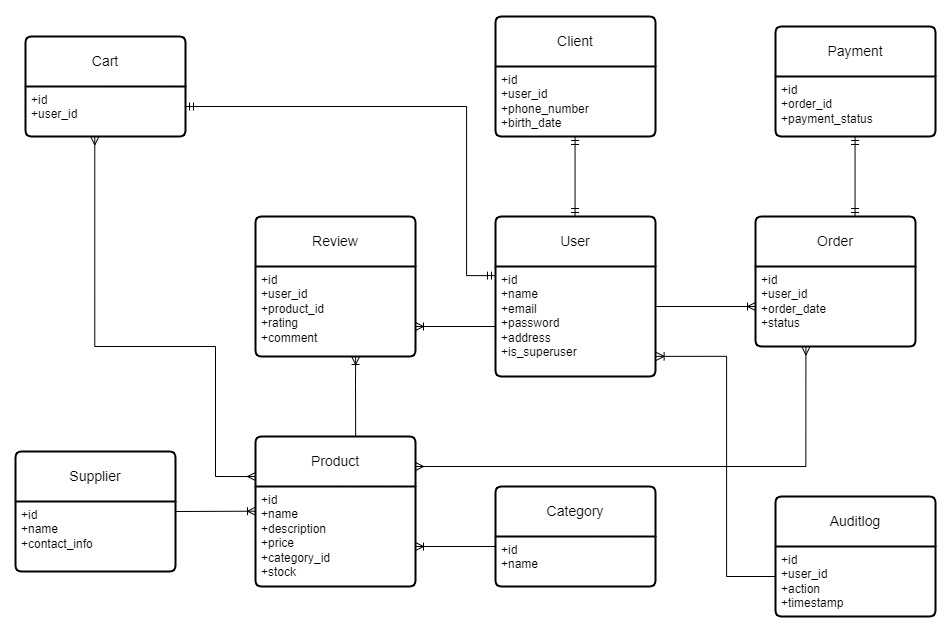
This is lab1/diagram.png from yanakvachenyuk/mdisubd, a draw.io export, as it was before one commit. Source tidied: cells renumbered, new cells last; positions are measured from the earlier drawing's top-left corner, leaving out a move shared by most shapes. Its diagram source:
```xml
<mxGraphModel>
  <root>
    <mxCell id="0" />
    <mxCell id="1" parent="0" />
    <mxCell id="2" value="Product" style="swimlane;horizontal=1;startSize=50;rounded=1;fontSize=14;fontStyle=0;strokeWidth=2;shadow=0;dashed=0;align=center;arcSize=4;whiteSpace=wrap;html=1;" parent="1" vertex="1">
      <mxGeometry x="240" y="420" width="160" height="150" as="geometry" />
    </mxCell>
    <mxCell id="3" value="+id&lt;br&gt;+name&lt;br&gt;+description&lt;div&gt;+price&lt;/div&gt;&lt;div&gt;+category_id&lt;/div&gt;&lt;div&gt;+stock&lt;/div&gt;" style="align=left;strokeColor=none;fillColor=none;spacingLeft=4;fontSize=12;verticalAlign=top;html=1;" parent="2" vertex="1">
      <mxGeometry y="50" width="160" height="100" as="geometry" />
    </mxCell>
    <mxCell id="4" value="User" style="swimlane;horizontal=1;startSize=50;rounded=1;fontSize=14;fontStyle=0;strokeWidth=2;shadow=0;dashed=0;align=center;arcSize=4;whiteSpace=wrap;html=1;" parent="1" vertex="1">
      <mxGeometry x="480" y="200" width="160" height="160" as="geometry" />
    </mxCell>
    <mxCell id="5" value="+id&lt;br&gt;+name&lt;br&gt;+email&lt;div&gt;+password&lt;/div&gt;&lt;div&gt;+address&lt;/div&gt;&lt;div&gt;+is_superuser&lt;/div&gt;&lt;div&gt;&lt;br&gt;&lt;/div&gt;&lt;div&gt;&lt;br&gt;&lt;/div&gt;" style="align=left;strokeColor=none;fillColor=none;spacingLeft=4;fontSize=12;verticalAlign=top;html=1;" parent="4" vertex="1">
      <mxGeometry y="50" width="160" height="110" as="geometry" />
    </mxCell>
    <mxCell id="6" value="Client" style="swimlane;horizontal=1;startSize=50;rounded=1;fontSize=14;fontStyle=0;strokeWidth=2;shadow=0;dashed=0;align=center;arcSize=4;whiteSpace=wrap;html=1;" parent="1" vertex="1">
      <mxGeometry x="480" width="160" height="120" as="geometry" />
    </mxCell>
    <mxCell id="7" value="+id&lt;div&gt;+user_id&lt;br&gt;+phone_number&lt;br&gt;+birth_date&lt;/div&gt;" style="align=left;strokeColor=none;fillColor=none;spacingLeft=4;fontSize=12;verticalAlign=top;html=1;" parent="6" vertex="1">
      <mxGeometry y="50" width="160" height="70" as="geometry" />
    </mxCell>
    <mxCell id="8" value="Category" style="swimlane;horizontal=1;startSize=50;rounded=1;fontSize=14;fontStyle=0;strokeWidth=2;shadow=0;dashed=0;align=center;arcSize=4;whiteSpace=wrap;html=1;" parent="1" vertex="1">
      <mxGeometry x="480" y="470" width="160" height="100" as="geometry" />
    </mxCell>
    <mxCell id="9" value="+id&lt;br&gt;+name&lt;div&gt;&lt;br/&gt;&lt;/div&gt;" style="align=left;strokeColor=none;fillColor=none;spacingLeft=4;fontSize=12;verticalAlign=top;html=1;" parent="8" vertex="1">
      <mxGeometry y="50" width="160" height="50" as="geometry" />
    </mxCell>
    <mxCell id="10" value="Order" style="swimlane;horizontal=1;startSize=50;rounded=1;fontSize=14;fontStyle=0;strokeWidth=2;shadow=0;dashed=0;align=center;arcSize=4;whiteSpace=wrap;html=1;" parent="1" vertex="1">
      <mxGeometry x="740" y="200" width="160" height="130" as="geometry" />
    </mxCell>
    <mxCell id="11" value="+id&lt;br&gt;+user_id&lt;br&gt;+order_date&lt;div&gt;+status&lt;/div&gt;" style="align=left;strokeColor=none;fillColor=none;spacingLeft=4;fontSize=12;verticalAlign=top;html=1;" parent="10" vertex="1">
      <mxGeometry y="50" width="160" height="80" as="geometry" />
    </mxCell>
    <mxCell id="12" value="Cart" style="swimlane;horizontal=1;startSize=50;rounded=1;fontSize=14;fontStyle=0;strokeWidth=2;shadow=0;dashed=0;align=center;arcSize=4;whiteSpace=wrap;html=1;" parent="1" vertex="1">
      <mxGeometry x="10" y="20" width="160" height="100" as="geometry" />
    </mxCell>
    <mxCell id="13" value="+id&lt;br&gt;+user_id" style="align=left;strokeColor=none;fillColor=none;spacingLeft=4;fontSize=12;verticalAlign=top;html=1;" parent="12" vertex="1">
      <mxGeometry y="50" width="160" height="50" as="geometry" />
    </mxCell>
    <mxCell id="14" value="Review" style="swimlane;horizontal=1;startSize=50;rounded=1;fontSize=14;fontStyle=0;strokeWidth=2;shadow=0;dashed=0;align=center;arcSize=4;whiteSpace=wrap;html=1;" parent="1" vertex="1">
      <mxGeometry x="240" y="200" width="160" height="140" as="geometry" />
    </mxCell>
    <mxCell id="15" value="+id&lt;br&gt;+user_id&lt;br&gt;+product_id&lt;div&gt;+rating&lt;/div&gt;&lt;div&gt;+comment&lt;/div&gt;" style="align=left;strokeColor=none;fillColor=none;spacingLeft=4;fontSize=12;verticalAlign=top;html=1;" parent="14" vertex="1">
      <mxGeometry y="50" width="160" height="90" as="geometry" />
    </mxCell>
    <mxCell id="16" value="Supplier" style="swimlane;horizontal=1;startSize=50;rounded=1;fontSize=14;fontStyle=0;strokeWidth=2;shadow=0;dashed=0;align=center;arcSize=4;whiteSpace=wrap;html=1;" parent="1" vertex="1">
      <mxGeometry y="435" width="160" height="120" as="geometry" />
    </mxCell>
    <mxCell id="17" value="+id&lt;br&gt;+name&lt;br&gt;+contact_info" style="align=left;strokeColor=none;fillColor=none;spacingLeft=4;fontSize=12;verticalAlign=top;html=1;" parent="16" vertex="1">
      <mxGeometry y="50" width="160" height="70" as="geometry" />
    </mxCell>
    <mxCell id="18" value="Auditlog" style="swimlane;horizontal=1;startSize=50;rounded=1;fontSize=14;fontStyle=0;strokeWidth=2;shadow=0;dashed=0;align=center;arcSize=4;whiteSpace=wrap;html=1;" parent="1" vertex="1">
      <mxGeometry x="760" y="480" width="160" height="120" as="geometry" />
    </mxCell>
    <mxCell id="19" value="+id&lt;br&gt;+user_id&lt;br&gt;+action&lt;div&gt;+timestamp&lt;/div&gt;" style="align=left;strokeColor=none;fillColor=none;spacingLeft=4;fontSize=12;verticalAlign=top;html=1;" parent="18" vertex="1">
      <mxGeometry y="50" width="160" height="70" as="geometry" />
    </mxCell>
    <mxCell id="20" value="Payment" style="swimlane;horizontal=1;startSize=50;rounded=1;fontSize=14;fontStyle=0;strokeWidth=2;shadow=0;dashed=0;align=center;arcSize=4;whiteSpace=wrap;html=1;" parent="1" vertex="1">
      <mxGeometry x="760" y="10" width="160" height="110" as="geometry" />
    </mxCell>
    <mxCell id="21" value="+id&lt;br&gt;+order_id&lt;br&gt;+payment_status" style="align=left;strokeColor=none;fillColor=none;spacingLeft=4;fontSize=12;verticalAlign=top;html=1;" parent="20" vertex="1">
      <mxGeometry y="50" width="160" height="60" as="geometry" />
    </mxCell>
    <mxCell id="22" style="fontSize=12;html=1;endArrow=ERoneToMany;rounded=0;" parent="1" edge="1">
      <mxGeometry relative="1" as="geometry">
        <mxPoint x="640" y="290" as="sourcePoint" />
        <mxPoint x="740" y="290" as="targetPoint" />
      </mxGeometry>
    </mxCell>
    <mxCell id="23" style="fontSize=12;html=1;endArrow=ERoneToMany;rounded=0;" parent="1" edge="1">
      <mxGeometry relative="1" as="geometry">
        <mxPoint x="480" y="310" as="sourcePoint" />
        <mxPoint x="400" y="310" as="targetPoint" />
      </mxGeometry>
    </mxCell>
    <mxCell id="24" style="fontSize=12;html=1;endArrow=ERoneToMany;rounded=0;entryX=0.626;entryY=1.026;entryDx=0;entryDy=0;entryPerimeter=0;exitX=0.626;exitY=0;exitDx=0;exitDy=0;exitPerimeter=0;" parent="1" edge="1" source="2">
      <mxGeometry relative="1" as="geometry">
        <mxPoint x="340.2" y="340" as="targetPoint" />
        <Array as="points">
          <mxPoint x="340" y="367.7" />
        </Array>
      </mxGeometry>
    </mxCell>
    <mxCell id="25" style="fontSize=12;html=1;endArrow=ERoneToMany;rounded=0;" parent="1" edge="1">
      <mxGeometry relative="1" as="geometry">
        <mxPoint x="160" y="495" as="sourcePoint" />
        <mxPoint x="240" y="494.7" as="targetPoint" />
      </mxGeometry>
    </mxCell>
    <mxCell id="26" style="edgeStyle=orthogonalEdgeStyle;fontSize=12;html=1;endArrow=ERmany;startArrow=ERmany;rounded=0;entryX=0.315;entryY=1.005;entryDx=0;entryDy=0;entryPerimeter=0;" parent="1" edge="1" target="11">
      <mxGeometry relative="1" as="geometry">
        <mxPoint x="400" y="450" as="sourcePoint" />
        <Array as="points">
          <mxPoint x="400" y="450" />
          <mxPoint x="790" y="450" />
        </Array>
      </mxGeometry>
    </mxCell>
    <mxCell id="27" style="fontSize=12;html=1;endArrow=ERmandOne;startArrow=ERmandOne;rounded=0;" parent="1" edge="1">
      <mxGeometry relative="1" as="geometry">
        <mxPoint x="559.5" y="200" as="sourcePoint" />
        <mxPoint x="559.5" y="120" as="targetPoint" />
      </mxGeometry>
    </mxCell>
    <mxCell id="28" style="fontSize=12;html=1;endArrow=ERmandOne;startArrow=ERmandOne;rounded=0;" parent="1" edge="1">
      <mxGeometry relative="1" as="geometry">
        <mxPoint x="839.5" y="200" as="sourcePoint" />
        <mxPoint x="839.5" y="120" as="targetPoint" />
      </mxGeometry>
    </mxCell>
    <mxCell id="29" style="fontSize=12;html=1;endArrow=ERoneToMany;rounded=0;" parent="1" edge="1">
      <mxGeometry relative="1" as="geometry">
        <mxPoint x="480" y="530" as="sourcePoint" />
        <mxPoint x="400" y="530" as="targetPoint" />
      </mxGeometry>
    </mxCell>
    <mxCell id="30" style="edgeStyle=orthogonalEdgeStyle;fontSize=12;html=1;endArrow=ERmandOne;startArrow=ERmandOne;rounded=0;entryX=0;entryY=0.083;entryDx=0;entryDy=0;entryPerimeter=0;" parent="1" edge="1" target="5">
      <mxGeometry relative="1" as="geometry">
        <mxPoint x="170" y="90" as="sourcePoint" />
        <Array as="points">
          <mxPoint x="451" y="90" />
          <mxPoint x="451" y="260" />
        </Array>
      </mxGeometry>
    </mxCell>
    <mxCell id="31" style="edgeStyle=orthogonalEdgeStyle;fontSize=12;html=1;endArrow=ERmany;startArrow=ERmany;rounded=0;exitX=0.433;exitY=1.008;exitDx=0;exitDy=0;exitPerimeter=0;entryX=0;entryY=0.267;entryDx=0;entryDy=0;entryPerimeter=0;" parent="1" edge="1" source="13" target="2">
      <mxGeometry relative="1" as="geometry">
        <Array as="points">
          <mxPoint x="79" y="330" />
          <mxPoint x="200" y="330" />
          <mxPoint x="200" y="460" />
        </Array>
      </mxGeometry>
    </mxCell>
    <mxCell id="32" style="edgeStyle=orthogonalEdgeStyle;fontSize=12;html=1;endArrow=ERoneToMany;rounded=0;entryX=1.004;entryY=0.817;entryDx=0;entryDy=0;entryPerimeter=0;" parent="1" edge="1" target="5">
      <mxGeometry relative="1" as="geometry">
        <mxPoint x="760" y="560" as="sourcePoint" />
        <Array as="points">
          <mxPoint x="711" y="560" />
          <mxPoint x="711" y="340" />
        </Array>
      </mxGeometry>
    </mxCell>
  </root>
</mxGraphModel>
```
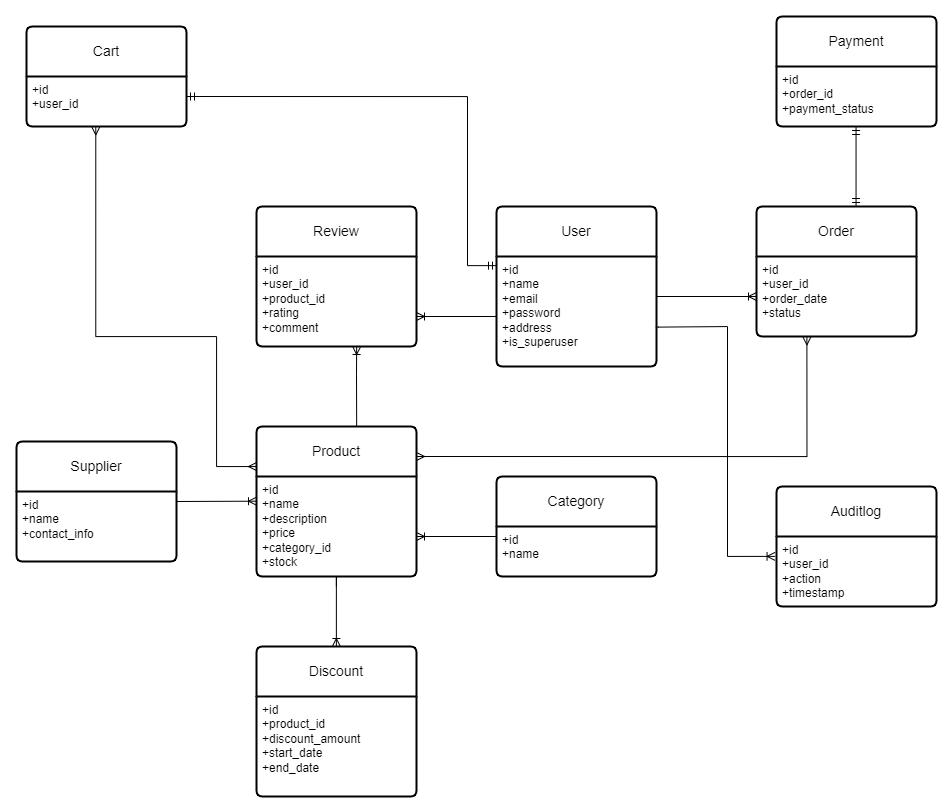
The same diagram one commit later.

What changed in the source:
```diff
@@ -14,12 +14,6 @@
     <mxCell id="5" value="+id&lt;br&gt;+name&lt;br&gt;+email&lt;div&gt;+password&lt;/div&gt;&lt;div&gt;+address&lt;/div&gt;&lt;div&gt;+is_superuser&lt;/div&gt;&lt;div&gt;&lt;br&gt;&lt;/div&gt;&lt;div&gt;&lt;br&gt;&lt;/div&gt;" style="align=left;strokeColor=none;fillColor=none;spacingLeft=4;fontSize=12;verticalAlign=top;html=1;" parent="4" vertex="1">
       <mxGeometry y="50" width="160" height="110" as="geometry" />
     </mxCell>
-    <mxCell id="6" value="Client" style="swimlane;horizontal=1;startSize=50;rounded=1;fontSize=14;fontStyle=0;strokeWidth=2;shadow=0;dashed=0;align=center;arcSize=4;whiteSpace=wrap;html=1;" parent="1" vertex="1">
-      <mxGeometry x="480" width="160" height="120" as="geometry" />
-    </mxCell>
-    <mxCell id="7" value="+id&lt;div&gt;+user_id&lt;br&gt;+phone_number&lt;br&gt;+birth_date&lt;/div&gt;" style="align=left;strokeColor=none;fillColor=none;spacingLeft=4;fontSize=12;verticalAlign=top;html=1;" parent="6" vertex="1">
-      <mxGeometry y="50" width="160" height="70" as="geometry" />
-    </mxCell>
     <mxCell id="8" value="Category" style="swimlane;horizontal=1;startSize=50;rounded=1;fontSize=14;fontStyle=0;strokeWidth=2;shadow=0;dashed=0;align=center;arcSize=4;whiteSpace=wrap;html=1;" parent="1" vertex="1">
       <mxGeometry x="480" y="470" width="160" height="100" as="geometry" />
     </mxCell>
@@ -97,12 +91,6 @@
         </Array>
       </mxGeometry>
     </mxCell>
-    <mxCell id="27" style="fontSize=12;html=1;endArrow=ERmandOne;startArrow=ERmandOne;rounded=0;" parent="1" edge="1">
-      <mxGeometry relative="1" as="geometry">
-        <mxPoint x="559.5" y="200" as="sourcePoint" />
-        <mxPoint x="559.5" y="120" as="targetPoint" />
-      </mxGeometry>
-    </mxCell>
     <mxCell id="28" style="fontSize=12;html=1;endArrow=ERmandOne;startArrow=ERmandOne;rounded=0;" parent="1" edge="1">
       <mxGeometry relative="1" as="geometry">
         <mxPoint x="839.5" y="200" as="sourcePoint" />
@@ -133,14 +121,30 @@
         </Array>
       </mxGeometry>
     </mxCell>
-    <mxCell id="32" style="edgeStyle=orthogonalEdgeStyle;fontSize=12;html=1;endArrow=ERoneToMany;rounded=0;entryX=1.004;entryY=0.817;entryDx=0;entryDy=0;entryPerimeter=0;" parent="1" edge="1" target="5">
+    <mxCell id="32" style="edgeStyle=orthogonalEdgeStyle;fontSize=12;html=1;endArrow=ERoneToMany;rounded=0;exitX=0.996;exitY=0.642;exitDx=0;exitDy=0;exitPerimeter=0;entryX=-0.009;entryY=0.284;entryDx=0;entryDy=0;entryPerimeter=0;" parent="1" edge="1" source="5" target="19">
       <mxGeometry relative="1" as="geometry">
-        <mxPoint x="760" y="560" as="sourcePoint" />
         <Array as="points">
-          <mxPoint x="711" y="560" />
-          <mxPoint x="711" y="340" />
+          <mxPoint x="642" y="321" />
+          <mxPoint x="711" y="320" />
+          <mxPoint x="711" y="550" />
+          <mxPoint x="750" y="550" />
         </Array>
       </mxGeometry>
     </mxCell>
+    <mxCell id="33" value="Discount" style="swimlane;horizontal=1;startSize=50;rounded=1;fontSize=14;fontStyle=0;strokeWidth=2;shadow=0;dashed=0;align=center;arcSize=4;whiteSpace=wrap;html=1;" parent="1" vertex="1">
+      <mxGeometry x="240" y="640" width="160" height="150" as="geometry" />
+    </mxCell>
+    <mxCell id="34" value="+id&lt;br&gt;+product_id&lt;br&gt;+discount_amount&lt;div&gt;+start_date&lt;/div&gt;&lt;div&gt;+end_date&lt;/div&gt;" style="align=left;strokeColor=none;fillColor=none;spacingLeft=4;fontSize=12;verticalAlign=top;html=1;" parent="33" vertex="1">
+      <mxGeometry y="50" width="160" height="100" as="geometry" />
+    </mxCell>
+    <mxCell id="35" style="fontSize=12;html=1;endArrow=ERoneToMany;rounded=0;exitX=0.626;exitY=0;exitDx=0;exitDy=0;exitPerimeter=0;" parent="1" edge="1">
+      <mxGeometry relative="1" as="geometry">
+        <mxPoint x="319.9" y="580" as="sourcePoint" />
+        <mxPoint x="319.9" y="640" as="targetPoint" />
+        <Array as="points">
+          <mxPoint x="319.9" y="570" />
+        </Array>
+      </mxGeometry>
+    </mxCell>
   </root>
 </mxGraphModel>
```
